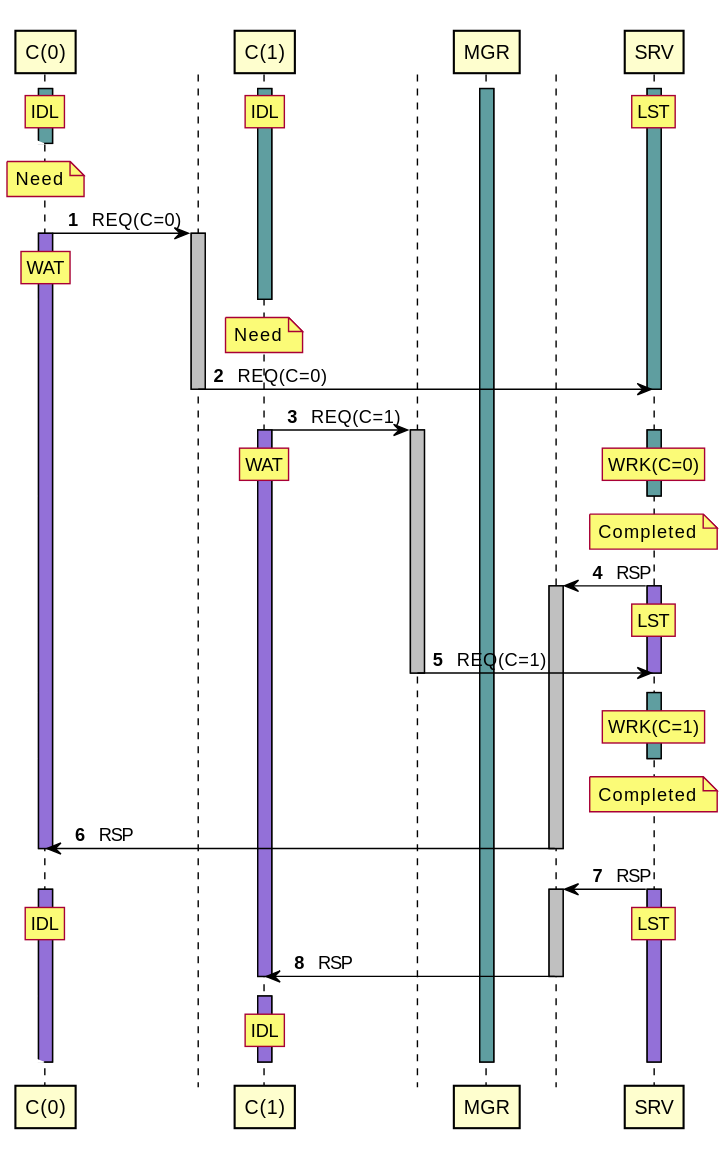
This is tests/expected/test_managed_clients_server/sequence.svg from orenbenkiki/total-space, a PlantUML export, as it was before one commit.
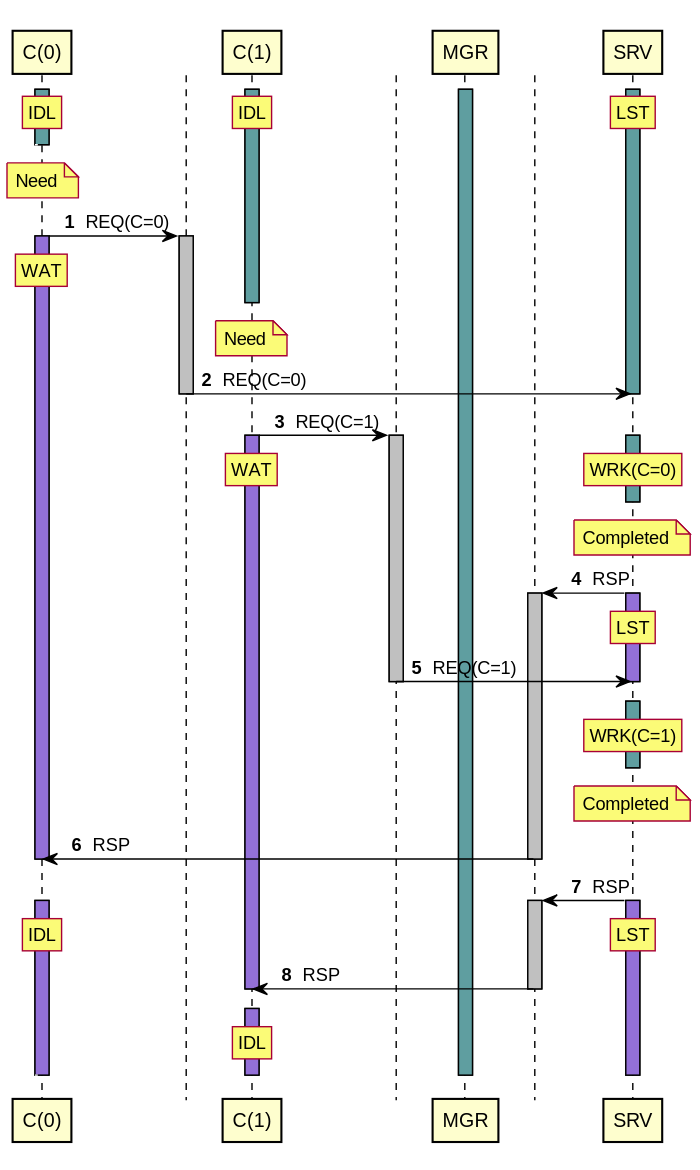
Above is the later version.

What changed in the source:
```diff
@@ -22,7 +22,7 @@
 / rnote over A1 : IDL
 / rnote over A3 : LST
 autonumber stop
-[-[#White]\ A0
+[<[#White]-- A0
 autonumber resume
 deactivate A0
 note over A0 : Need
@@ -32,7 +32,7 @@
 activate A0 #MediumPurple
 rnote over A0 : WAT
 autonumber stop
-[-[#White]\ A0
+[<[#White]-- A0
 autonumber resume
 deactivate A1
 note over A1 : Need
@@ -47,7 +47,7 @@
 rnote over A1 : WAT
 / rnote over A3 : WRK(C=0)
 autonumber stop
-[-[#White]\ A0
+[<[#White]-- A0
 autonumber resume
 deactivate A3
 note over A3 : Completed
@@ -60,12 +60,12 @@
 deactivate T1
 deactivate A3
 autonumber stop
-[-[#White]\ A0
+[<[#White]-- A0
 autonumber resume
 activate A3 #CadetBlue
 rnote over A3 : WRK(C=1)
 autonumber stop
-[-[#White]\ A0
+[<[#White]-- A0
 autonumber resume
 deactivate A3
 note over A3 : Completed
@@ -82,12 +82,12 @@
 deactivate T2
 deactivate A1
 autonumber stop
-[-[#White]\ A0
+[<[#White]-- A0
 autonumber resume
 activate A1 #MediumPurple
 rnote over A1 : IDL
 autonumber stop
-[-[#White]\ A0
+[<[#White]-- A0
 autonumber resume
 deactivate A0
 deactivate A1
```
